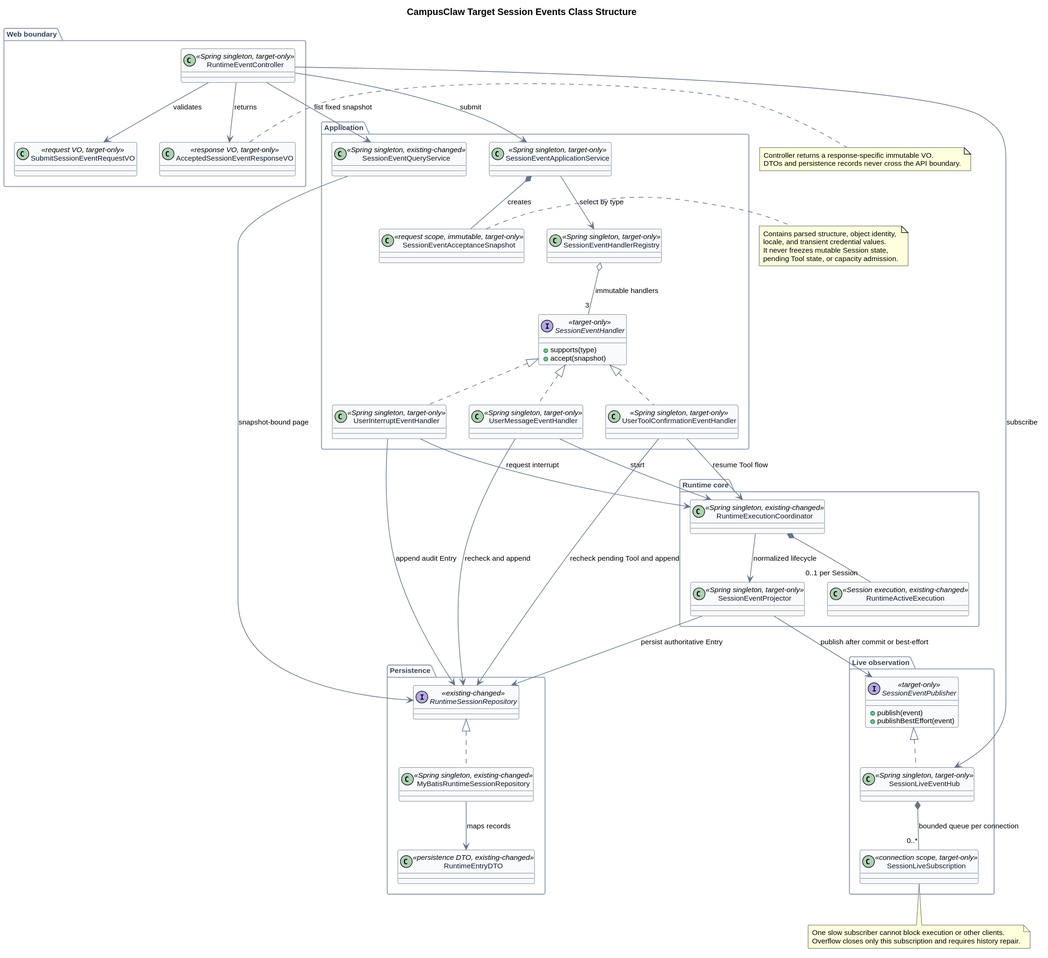
This is 01-总体架构/01-CampusClaw多Agent运行时/设计图/事件接口重设计/target_session_events_classes.svg from ssm0808/pi-mono-java-design, a PlantUML export, as it was before one commit.
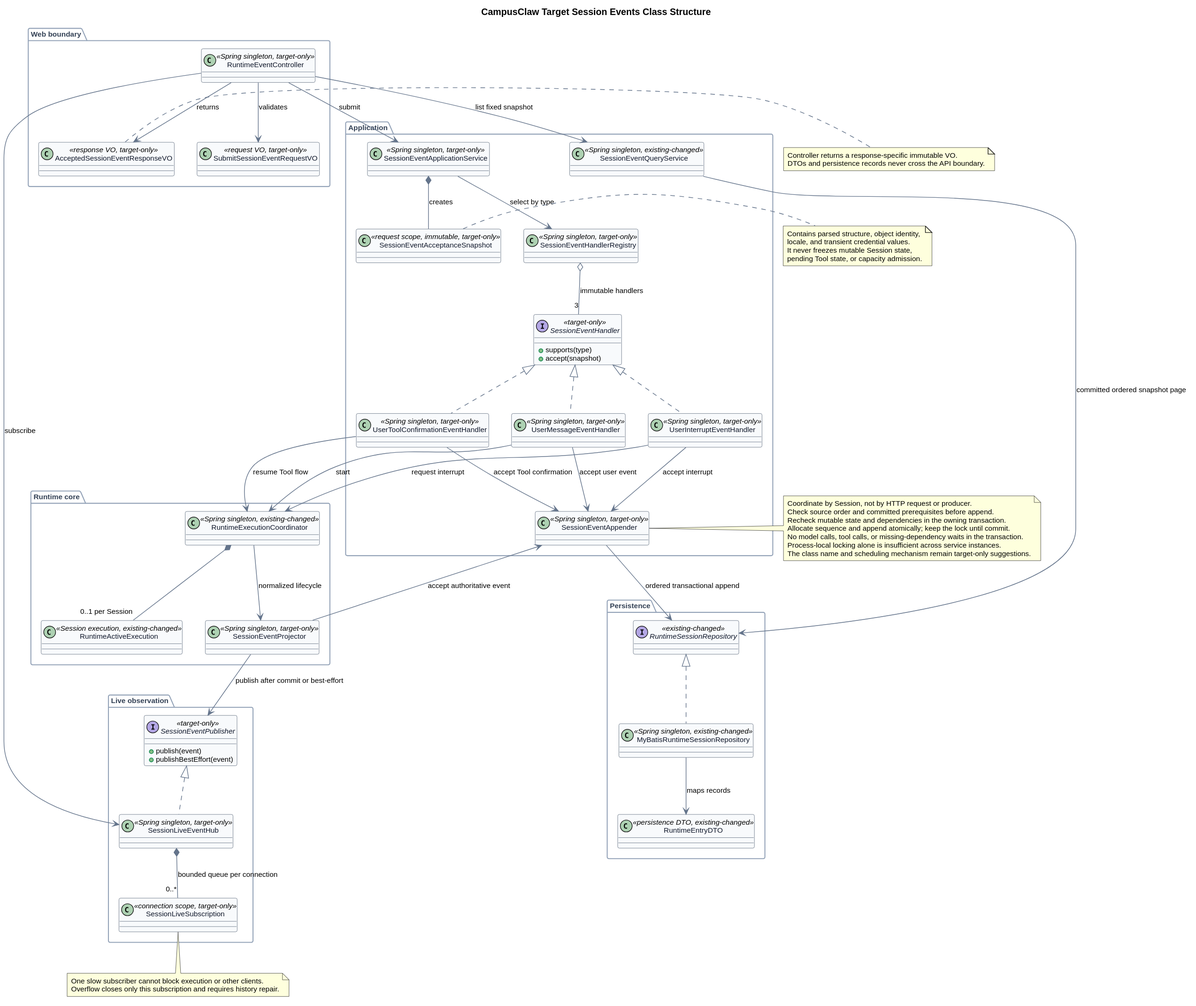
The same diagram one commit later.

The edit, as a diff of the source:
```diff
@@ -36,6 +36,7 @@
   class UserInterruptEventHandler <<Spring singleton, target-only>>
   class UserToolConfirmationEventHandler <<Spring singleton, target-only>>
   class SessionEventAcceptanceSnapshot <<request scope, immutable, target-only>>
+  class SessionEventAppender <<Spring singleton, target-only>>
   class SessionEventQueryService <<Spring singleton, existing-changed>>
 }
 
@@ -73,21 +74,22 @@
 SessionEventHandler <|.. UserInterruptEventHandler
 SessionEventHandler <|.. UserToolConfirmationEventHandler
 
-UserMessageEventHandler --> RuntimeSessionRepository : recheck and append
+UserMessageEventHandler --> SessionEventAppender : accept user event
 UserMessageEventHandler --> RuntimeExecutionCoordinator : start
-UserInterruptEventHandler --> RuntimeSessionRepository : append audit Entry
+UserInterruptEventHandler --> SessionEventAppender : accept interrupt
 UserInterruptEventHandler --> RuntimeExecutionCoordinator : request interrupt
-UserToolConfirmationEventHandler --> RuntimeSessionRepository : recheck pending Tool and append
+UserToolConfirmationEventHandler --> SessionEventAppender : accept Tool confirmation
 UserToolConfirmationEventHandler --> RuntimeExecutionCoordinator : resume Tool flow
 
 RuntimeExecutionCoordinator *-- "0..1 per Session" RuntimeActiveExecution
 RuntimeExecutionCoordinator --> SessionEventProjector : normalized lifecycle
-SessionEventProjector --> RuntimeSessionRepository : persist authoritative Entry
+SessionEventProjector --> SessionEventAppender : accept authoritative event
+SessionEventAppender --> RuntimeSessionRepository : ordered transactional append
 SessionEventProjector --> SessionEventPublisher : publish after commit or best-effort
 SessionEventPublisher <|.. SessionLiveEventHub
 SessionLiveEventHub *-- "0..*" SessionLiveSubscription : bounded queue per connection
 
-SessionEventQueryService --> RuntimeSessionRepository : snapshot-bound page
+SessionEventQueryService --> RuntimeSessionRepository : committed ordered snapshot page
 RuntimeSessionRepository <|.. MyBatisRuntimeSessionRepository
 MyBatisRuntimeSessionRepository --> RuntimeEntryDTO : maps records
 
@@ -103,6 +105,16 @@
 DTOs and persistence records never cross the API boundary.
 end note
 
+note right of SessionEventAppender
+Coordinate by Session, not by HTTP request or producer.
+Check source order and committed prerequisites before append.
+Recheck mutable state and dependencies in the owning transaction.
+Allocate sequence and append atomically; keep the lock until commit.
+No model calls, tool calls, or missing-dependency waits in the transaction.
+Process-local locking alone is insufficient across service instances.
+The class name and scheduling mechanism remain target-only suggestions.
+end note
+
 note bottom of SessionLiveSubscription
 One slow subscriber cannot block execution or other clients.
 Overflow closes only this subscription and requires history repair.
```
